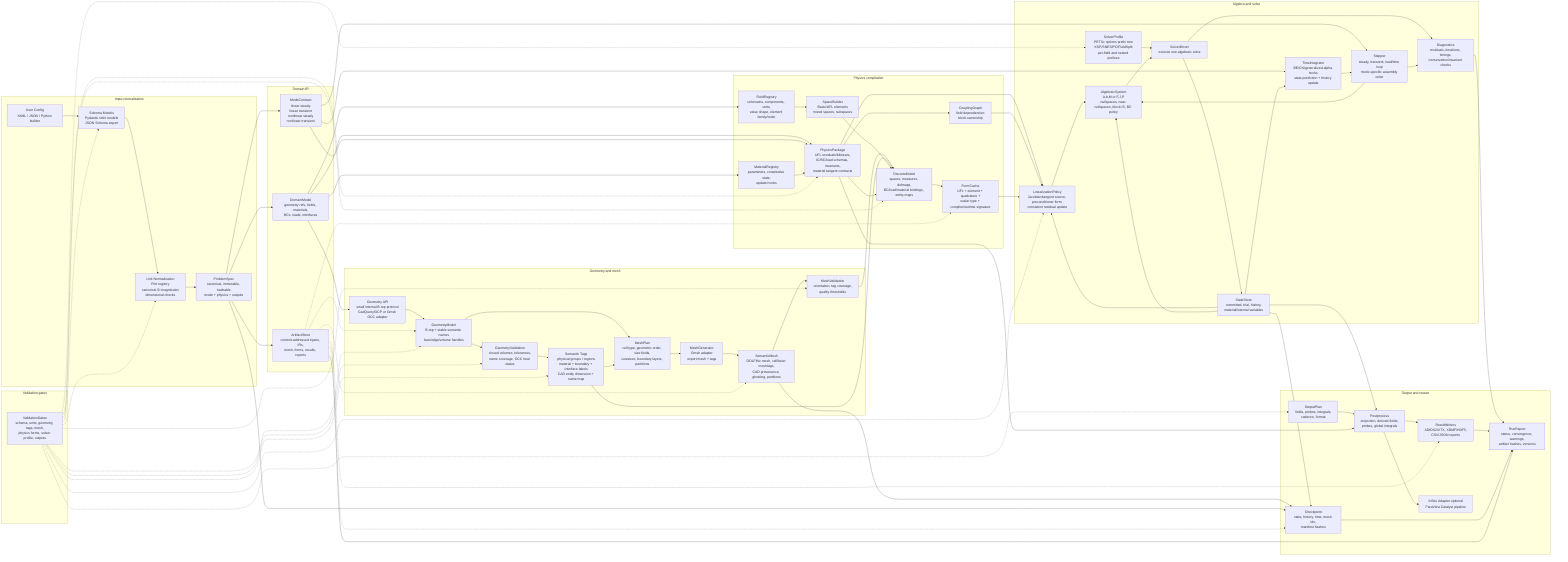
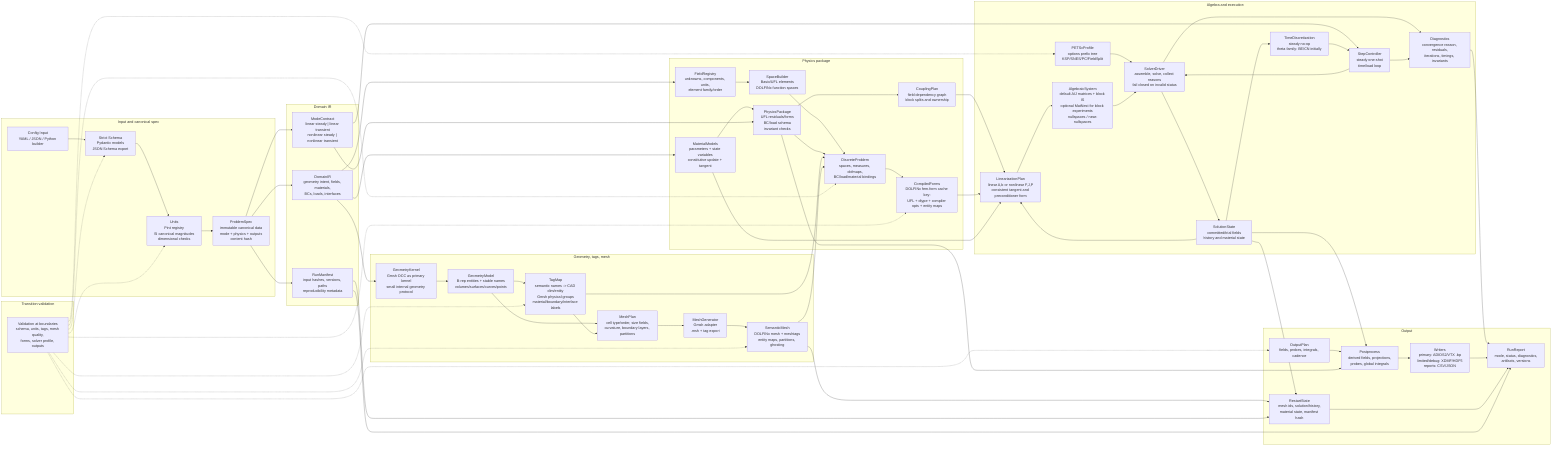
flowchart LR

-     subgraph Input[Input normalization]
-         CFG["User Config\nYAML / JSON / Python builder"]
-         SCHEMA["Schema Models\nPydantic strict models\nJSON Schema export"]
-         UNITS["Unit Normalization\nPint registry\ncanonical SI magnitudes\ndimensional checks"]
-         SPEC["ProblemSpec\ncanonical, immutable, hashable\nmode + physics + outputs"]
+     subgraph Input[Input and canonical spec]
+         CFG["Config Input\nYAML / JSON / Python builder"]
+         SCHEMA["Strict Schema\nPydantic models\nJSON Schema export"]
+         UNITS["Units\nPint registry\nSI canonical magnitudes\ndimensional checks"]
+         SPEC["ProblemSpec\nimmutable canonical data\nmode + physics + outputs\ncontent hash"]
    end

-     subgraph Domain[Domain IR]
-         MODEL["DomainModel\ngeometry refs, fields, materials,\nBCs, loads, interfaces"]
-         MODE["ModeContract\nlinear steady\nlinear transient\nnonlinear steady\nnonlinear transient"]
-         STORE["ArtifactStore\ncontent-addressed inputs, IRs,\nmesh, forms, results, reports"]
+     subgraph IR[Domain IR]
+         DOMAIN["DomainIR\ngeometry intent, fields, materials,\nBCs, loads, interfaces"]
+         MODE["ModeContract\nlinear steady | linear transient\nnonlinear steady | nonlinear transient"]
+         MANIFEST["RunManifest\ninput hashes, versions, paths\nreproducibility metadata"]
    end

-     subgraph GeometryMesh[Geometry and mesh]
-         GEOMAPI["Geometry API\nsmall internal B-rep protocol\nCadQuery/OCP or Gmsh OCC adapter"]
-         GEOM["GeometryModel\nB-rep + stable semantic names\nface/edge/volume handles"]
-         GEOMVALID["GeometryValidation\nclosed volumes, tolerances,\nname coverage, OCC heal status"]
-         TAGS["Semantic Tags\nphysical groups / regions\nmaterial + boundary + interface labels\nCAD entity dimension + name map"]
-         MESHPLAN["MeshPlan\ncell type, geometric order, size fields,\ncurvature, boundary layers, partitions"]
-         MESHGEN["MeshGenerator\nGmsh adapter\nexport mesh + tags"]
-         MESH["SemanticMesh\nDOLFINx mesh, cell/facet meshtags,\nCAD provenance, ghosting, partitions"]
-         MESHVALID["MeshValidation\norientation, tag coverage,\nquality thresholds"]
+     subgraph GeoMesh[Geometry, tags, mesh]
+         GEOMK["GeometryKernel\nGmsh OCC as primary kernel\nsmall internal geometry protocol"]
+         GEOM["GeometryModel\nB-rep entities + stable names\nvolumes/surfaces/curves/points"]
+         TAGS["TagMap\nsemantic names -> CAD dim/entity\nGmsh physical groups\nmaterial/boundary/interface labels"]
+         MESHPLAN["MeshPlan\ncell type/order, size fields,\ncurvature, boundary layers, partitions"]
+         MESHGEN["MeshGenerator\nGmsh adapter\n.msh + tag export"]
+         SEMMESH["SemanticMesh\nDOLFINx mesh + meshtags\nentity maps, partitions, ghosting"]
    end

-     subgraph Physics[Physics compilation]
-         FIELDS["FieldRegistry\nunknowns, components, units,\nvalue shape, element family/order"]
-         MATERIALS["MaterialRegistry\nparameters, constitutive state,\nupdate hooks"]
-         PHYS["PhysicsPackage\nUFL residuals/bilinears,\nIC/BC/load schemas, invariants,\nmaterial tangent contracts"]
-         COUPLING["CouplingGraph\nfield dependencies\nblock ownership"]
-         SPACES["SpaceBuilder\nBasix/UFL elements\nmixed spaces, subspaces"]
-         DISCRETE["DiscreteModel\nspaces, measures, dofmaps,\nBC/load/material bindings, entity maps"]
-         FORMS["FormCache\nUFL + element + quadrature +\nscalar type + compiler/runtime signature"]
+     subgraph Physics[Physics package]
+         FIELDS["FieldRegistry\nunknowns, components, units,\nelement family/order"]
+         MATERIALS["MaterialModels\nparameters + state variables\nconstitutive update + tangent"]
+         PHYS["PhysicsPackage\nUFL residuals/forms\nBC/load schema\ninvariant checks"]
+         COUPLING["CouplingPlan\nfield dependency graph\nblock splits and ownership"]
+         SPACES["SpaceBuilder\nBasix/UFL elements\nDOLFINx function spaces"]
+         DISCRETE["DiscreteProblem\nspaces, measures, dofmaps,\nBC/load/material bindings"]
+         FORMS["CompiledForms\nDOLFINx fem.form cache key:\nUFL + dtype + compiler opts + entity maps"]
    end

-     subgraph Algebra[Algebra and solve]
-         ALG["AlgebraicSystem\nA,b,M or F,J,P\nnullspaces, near-nullspaces, block IS, BC policy"]
-         LINPOLICY["LinearizationPolicy\nJacobian/tangent source, preconditioner form,\nconsistent residual update"]
-         PROFILE["SolverProfile\nPETSc options prefix tree\nKSP/SNES/PC/FieldSplit\nper-field and nested prefixes"]
-         DRIVER["SolverDriver\nexecute one algebraic solve"]
-         STEP["Stepper\nsteady, transient, load/time loop\nmode-specific assembly order"]
-         TIME["TimeIntegrator\nBE/CN/generalized-alpha hooks\nstate prediction + history update"]
-         STATE["StateStore\ncommitted, trial, history,\nmaterial/internal variables"]
-         DIAG["Diagnostics\nresiduals, iterations, timings,\nconservation/invariant checks"]
+     subgraph Solve[Algebra and execution]
+         STATE["SolutionState\ncommitted/trial fields\nhistory and material state"]
+         LINPOL["LinearizationPlan\nlinear A,b or nonlinear F,J,P\nconsistent tangent and preconditioner form"]
+         ALG["AlgebraicSystem\ndefault AIJ matrices + block IS\noptional MatNest for block experiments\nnullspaces / near-nullspaces"]
+         PROFILE["PETScProfile\noptions prefix tree\nKSP/SNES/PC/FieldSplit"]
+         STEP["StepController\nsteady one-shot\ntime/load loop"]
+         TIME["TimeDiscretization\nsteady no-op\ntheta family: BE/CN initially"]
+         DRIVER["SolverDriver\nassemble, solve, collect reasons\nfail closed on invalid status"]
+         DIAG["Diagnostics\nconvergence reason, residuals,\niterations, timings, invariants"]
    end

-     subgraph IO[Output and restart]
-         OUTPLAN["OutputPlan\nfields, probes, integrals,\ncadence, format"]
-         POST["Postprocess\nprojection, derived fields,\nprobes, global integrals"]
-         RESULTS["ResultWriters\nADIOS2/VTX, XDMF/HDF5,\nCSV/JSON reports"]
-         CATALYST["InSitu Adapter optional\nParaView Catalyst pipeline"]
-         CKPT["Checkpoint\nstate, history, time, mesh ids,\nmanifest hashes"]
-         REPORT["RunReport\nstatus, convergence, warnings,\nartifact hashes, versions"]
+     subgraph Output[Output]
+         OUTPLAN["OutputPlan\nfields, probes, integrals, cadence"]
+         POST["Postprocess\nderived fields, projections,\nprobes, global integrals"]
+         WRITERS["Writers\nprimary: ADIOS2/VTX .bp\nlimited/debug: XDMF/HDF5\nreports: CSV/JSON"]
+         RESTART["RestartState\nmesh ids, solution/history,\nmaterial state, manifest hash"]
+         REPORT["RunReport\nmode, status, diagnostics,\nartifacts, versions"]
    end

-     subgraph Gates[Validation gates]
-         VALID["ValidationGates\nschema, units, geometry, tags, mesh,\nphysics forms, solver profile, outputs"]
+     subgraph Gates[Transition validation]
+         VG["Validation at boundaries\nschema, units, tags, mesh quality,\nforms, solver profile, outputs"]
    end

    CFG --> SCHEMA --> UNITS --> SPEC
-     SPEC --> MODEL
+     SPEC --> DOMAIN
    SPEC --> MODE
-     SPEC --> STORE
-     MODEL --> GEOMAPI --> GEOM --> GEOMVALID --> TAGS
-     MODEL --> FIELDS
-     MODEL --> MATERIALS
-     MODEL --> PHYS
-     MODE --> PHYS
+     SPEC --> MANIFEST

+     DOMAIN --> GEOMK --> GEOM --> TAGS
    GEOM --> MESHPLAN
    TAGS --> MESHPLAN
-     MESHPLAN --> MESHGEN --> MESH --> MESHVALID --> DISCRETE
-     TAGS --> DISCRETE
+     MESHPLAN --> MESHGEN --> SEMMESH

-     FIELDS --> SPACES --> DISCRETE
-     MATERIALS --> PHYS
+     DOMAIN --> FIELDS --> SPACES --> DISCRETE
+     DOMAIN --> MATERIALS --> PHYS
+     MODE --> PHYS
    PHYS --> COUPLING
    PHYS --> DISCRETE
-     PHYS --> LINPOLICY
+     TAGS --> DISCRETE
+     SEMMESH --> DISCRETE
    DISCRETE --> FORMS
-     COUPLING --> LINPOLICY --> ALG
-     FORMS --> LINPOLICY
-     STATE --> LINPOLICY
-     STATE --> ALG
+ 
+     COUPLING --> LINPOL
+     FORMS --> LINPOL
+     MATERIALS --> LINPOL
+     STATE --> LINPOL
+     LINPOL --> ALG
+     PROFILE --> DRIVER
    MODE --> STEP
-     MODE --> TIME
    TIME --> STEP
    STATE --> TIME
-     STEP --> ALG
-     PROFILE --> DRIVER
+     STEP --> DRIVER
    ALG --> DRIVER --> STATE
    DRIVER --> DIAG
    STEP --> DIAG

    OUTPLAN --> POST
    STATE --> POST
    PHYS --> POST
-     POST --> RESULTS
-     POST --> CATALYST
-     STATE --> CKPT
-     MESH --> CKPT
-     SPEC --> CKPT
+     POST --> WRITERS
+     STATE --> RESTART
+     SEMMESH --> RESTART
+     MANIFEST --> RESTART
    DIAG --> REPORT
-     RESULTS --> REPORT
-     CKPT --> REPORT
-     STORE --> REPORT
+     WRITERS --> REPORT
+     RESTART --> REPORT
+     MANIFEST --> REPORT

-     STORE -.-> GEOM
-     STORE -.-> MESH
-     STORE -.-> FORMS
-     STORE -.-> RESULTS
-     STORE -.-> CKPT
- 
-     VALID -.-> SCHEMA
-     VALID -.-> UNITS
-     VALID -.-> GEOM
-     VALID -.-> GEOMVALID
-     VALID -.-> TAGS
-     VALID -.-> MESHVALID
-     VALID -.-> DISCRETE
-     VALID -.-> PHYS
-     VALID -.-> LINPOLICY
-     VALID -.-> PROFILE
-     VALID -.-> OUTPLAN
+     VG -.-> SCHEMA
+     VG -.-> UNITS
+     VG -.-> TAGS
+     VG -.-> SEMMESH
+     VG -.-> DISCRETE
+     VG -.-> FORMS
+     VG -.-> PROFILE
+     VG -.-> OUTPLAN
